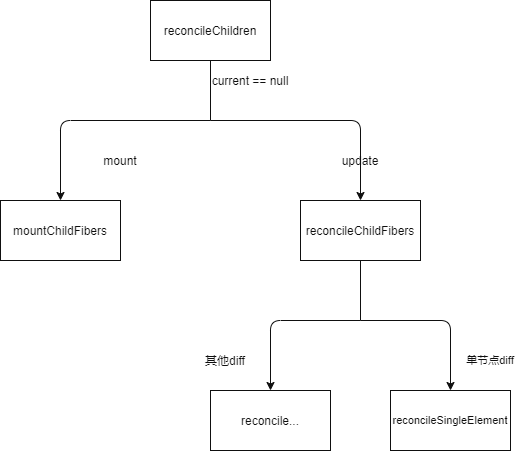
Above: images/2021-6-19/singleDiff.png in MaplePudding/maplepudding.github.io (draw.io), before the change. Source tidied: cells renumbered, new cells last; positions are measured from the earlier drawing's top-left corner, leaving out a move shared by most shapes.
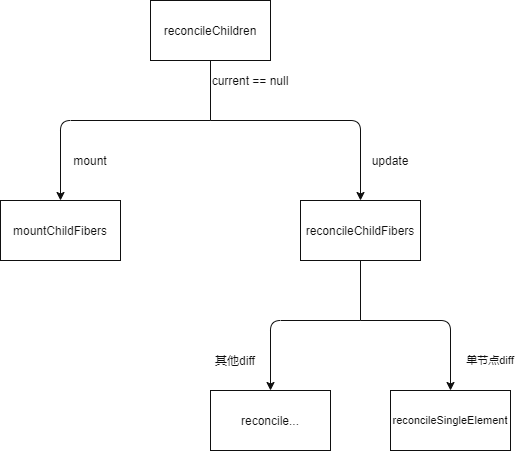
Later version of the same file.

Change to the diagram source:
```diff
@@ -5,27 +5,27 @@
     <mxCell id="2" value="reconcileChildren" style="rounded=0;whiteSpace=wrap;html=1;strokeColor=#0F0F0F;fontColor=#0F0F0F;" parent="1" vertex="1">
       <mxGeometry x="150" width="120" height="60" as="geometry" />
     </mxCell>
-    <mxCell id="3" style="endArrow=none;html=1;fontColor=#0F0F0F;strokeColor=#0F0F0F;entryX=0.5;entryY=1;entryDx=0;entryDy=0;" parent="1" edge="1" target="2">
-      <mxGeometry relative="1" as="geometry">
-        <mxPoint x="210" y="120" as="sourcePoint" />
-      </mxGeometry>
-    </mxCell>
-    <mxCell id="4" style="endArrow=classic;html=1;fontColor=#0F0F0F;strokeColor=#0F0F0F;entryX=0.5;entryY=0;entryDx=0;entryDy=0;" parent="1" edge="1" target="8">
-      <mxGeometry relative="1" as="geometry">
-        <mxPoint x="210" y="120" as="sourcePoint" />
-        <Array as="points">
-          <mxPoint x="360" y="120" />
-        </Array>
-      </mxGeometry>
-    </mxCell>
-    <mxCell id="5" style="endArrow=classic;html=1;fontColor=#0F0F0F;strokeColor=#0F0F0F;entryX=0.5;entryY=0;entryDx=0;entryDy=0;" parent="1" edge="1" target="6">
-      <mxGeometry relative="1" as="geometry">
-        <mxPoint x="210" y="120" as="sourcePoint" />
-        <Array as="points">
-          <mxPoint x="60" y="120" />
-        </Array>
-      </mxGeometry>
-    </mxCell>
+    <mxCell id="18" style="endArrow=none;html=1;fontColor=#0F0F0F;strokeColor=#0F0F0F;entryX=0.5;entryY=1;entryDx=0;entryDy=0;" parent="1" edge="1" target="2">
+      <mxGeometry relative="1" as="geometry">
+        <mxPoint x="210" y="120" as="sourcePoint" />
+      </mxGeometry>
+    </mxCell>
+    <mxCell id="19" style="endArrow=classic;html=1;fontColor=#0F0F0F;strokeColor=#0F0F0F;entryX=0.5;entryY=0;entryDx=0;entryDy=0;" parent="1" edge="1" target="8">
+      <mxGeometry relative="1" as="geometry">
+        <mxPoint x="210" y="120" as="sourcePoint" />
+        <Array as="points">
+          <mxPoint x="360" y="120" />
+        </Array>
+      </mxGeometry>
+    </mxCell>
+    <mxCell id="20" style="endArrow=classic;html=1;fontColor=#0F0F0F;strokeColor=#0F0F0F;entryX=0.5;entryY=0;entryDx=0;entryDy=0;" parent="1" edge="1" target="6">
+      <mxGeometry relative="1" as="geometry">
+        <mxPoint x="210" y="120" as="sourcePoint" />
+        <Array as="points">
+          <mxPoint x="60" y="120" />
+        </Array>
+      </mxGeometry>
+    </mxCell>
     <mxCell id="6" value="mountChildFibers" style="rounded=0;whiteSpace=wrap;html=1;fontColor=#0F0F0F;strokeColor=#0F0F0F;" parent="1" vertex="1">
       <mxGeometry y="200" width="120" height="60" as="geometry" />
     </mxCell>
@@ -36,39 +36,39 @@
       <mxGeometry x="300" y="200" width="120" height="60" as="geometry" />
     </mxCell>
     <mxCell id="9" value="mount" style="text;html=1;strokeColor=none;fillColor=none;align=center;verticalAlign=middle;whiteSpace=wrap;rounded=0;fontColor=#0F0F0F;" parent="1" vertex="1">
-      <mxGeometry x="100" y="150" width="40" height="20" as="geometry" />
+      <mxGeometry x="70" y="150" width="40" height="20" as="geometry" />
     </mxCell>
     <mxCell id="10" value="update" style="text;html=1;strokeColor=none;fillColor=none;align=center;verticalAlign=middle;whiteSpace=wrap;rounded=0;fontColor=#0F0F0F;" parent="1" vertex="1">
-      <mxGeometry x="340" y="150" width="40" height="20" as="geometry" />
+      <mxGeometry x="370" y="150" width="40" height="20" as="geometry" />
     </mxCell>
     <mxCell id="11" value="reconcile..." style="rounded=0;whiteSpace=wrap;html=1;fontColor=#0F0F0F;strokeColor=#0F0F0F;" parent="1" vertex="1">
       <mxGeometry x="210" y="390" width="120" height="60" as="geometry" />
     </mxCell>
-    <mxCell id="12" style="endArrow=classic;html=1;fontColor=#0F0F0F;strokeColor=#0F0F0F;" parent="1" edge="1">
-      <mxGeometry relative="1" as="geometry">
-        <mxPoint x="360" y="320" as="sourcePoint" />
-        <mxPoint x="450" y="390" as="targetPoint" />
-        <Array as="points">
-          <mxPoint x="450" y="320" />
-        </Array>
-      </mxGeometry>
-    </mxCell>
-    <mxCell id="13" style="endArrow=none;html=1;fontColor=#0F0F0F;strokeColor=#0F0F0F;entryX=0.5;entryY=1;entryDx=0;entryDy=0;" parent="1" edge="1" target="8">
-      <mxGeometry relative="1" as="geometry">
-        <mxPoint x="360" y="320" as="sourcePoint" />
-      </mxGeometry>
-    </mxCell>
-    <mxCell id="14" style="endArrow=classic;html=1;fontColor=#0F0F0F;strokeColor=#0F0F0F;" parent="1" edge="1">
-      <mxGeometry relative="1" as="geometry">
-        <mxPoint x="360" y="320" as="sourcePoint" />
-        <mxPoint x="270" y="390" as="targetPoint" />
-        <Array as="points">
-          <mxPoint x="270" y="320" />
-        </Array>
-      </mxGeometry>
-    </mxCell>
+    <mxCell id="21" style="endArrow=classic;html=1;fontColor=#0F0F0F;strokeColor=#0F0F0F;" parent="1" edge="1">
+      <mxGeometry relative="1" as="geometry">
+        <mxPoint x="360" y="320" as="sourcePoint" />
+        <mxPoint x="450" y="390" as="targetPoint" />
+        <Array as="points">
+          <mxPoint x="450" y="320" />
+        </Array>
+      </mxGeometry>
+    </mxCell>
+    <mxCell id="22" style="endArrow=none;html=1;fontColor=#0F0F0F;strokeColor=#0F0F0F;entryX=0.5;entryY=1;entryDx=0;entryDy=0;" parent="1" edge="1" target="8">
+      <mxGeometry relative="1" as="geometry">
+        <mxPoint x="360" y="320" as="sourcePoint" />
+      </mxGeometry>
+    </mxCell>
+    <mxCell id="23" style="endArrow=classic;html=1;fontColor=#0F0F0F;strokeColor=#0F0F0F;" parent="1" edge="1">
+      <mxGeometry relative="1" as="geometry">
+        <mxPoint x="360" y="320" as="sourcePoint" />
+        <mxPoint x="270" y="390" as="targetPoint" />
+        <Array as="points">
+          <mxPoint x="270" y="320" />
+        </Array>
+      </mxGeometry>
+    </mxCell>
     <mxCell id="15" value="其他diff" style="text;html=1;strokeColor=none;fillColor=none;align=center;verticalAlign=middle;whiteSpace=wrap;rounded=0;fontColor=#0F0F0F;" parent="1" vertex="1">
-      <mxGeometry x="190" y="350" width="70" height="20" as="geometry" />
+      <mxGeometry x="200" y="350" width="70" height="20" as="geometry" />
     </mxCell>
     <mxCell id="16" value="reconcileSingleElement" style="rounded=0;whiteSpace=wrap;html=1;fontColor=#0F0F0F;strokeColor=#0F0F0F;fontSize=11;" parent="1" vertex="1">
       <mxGeometry x="390" y="390" width="120" height="60" as="geometry" />
```
